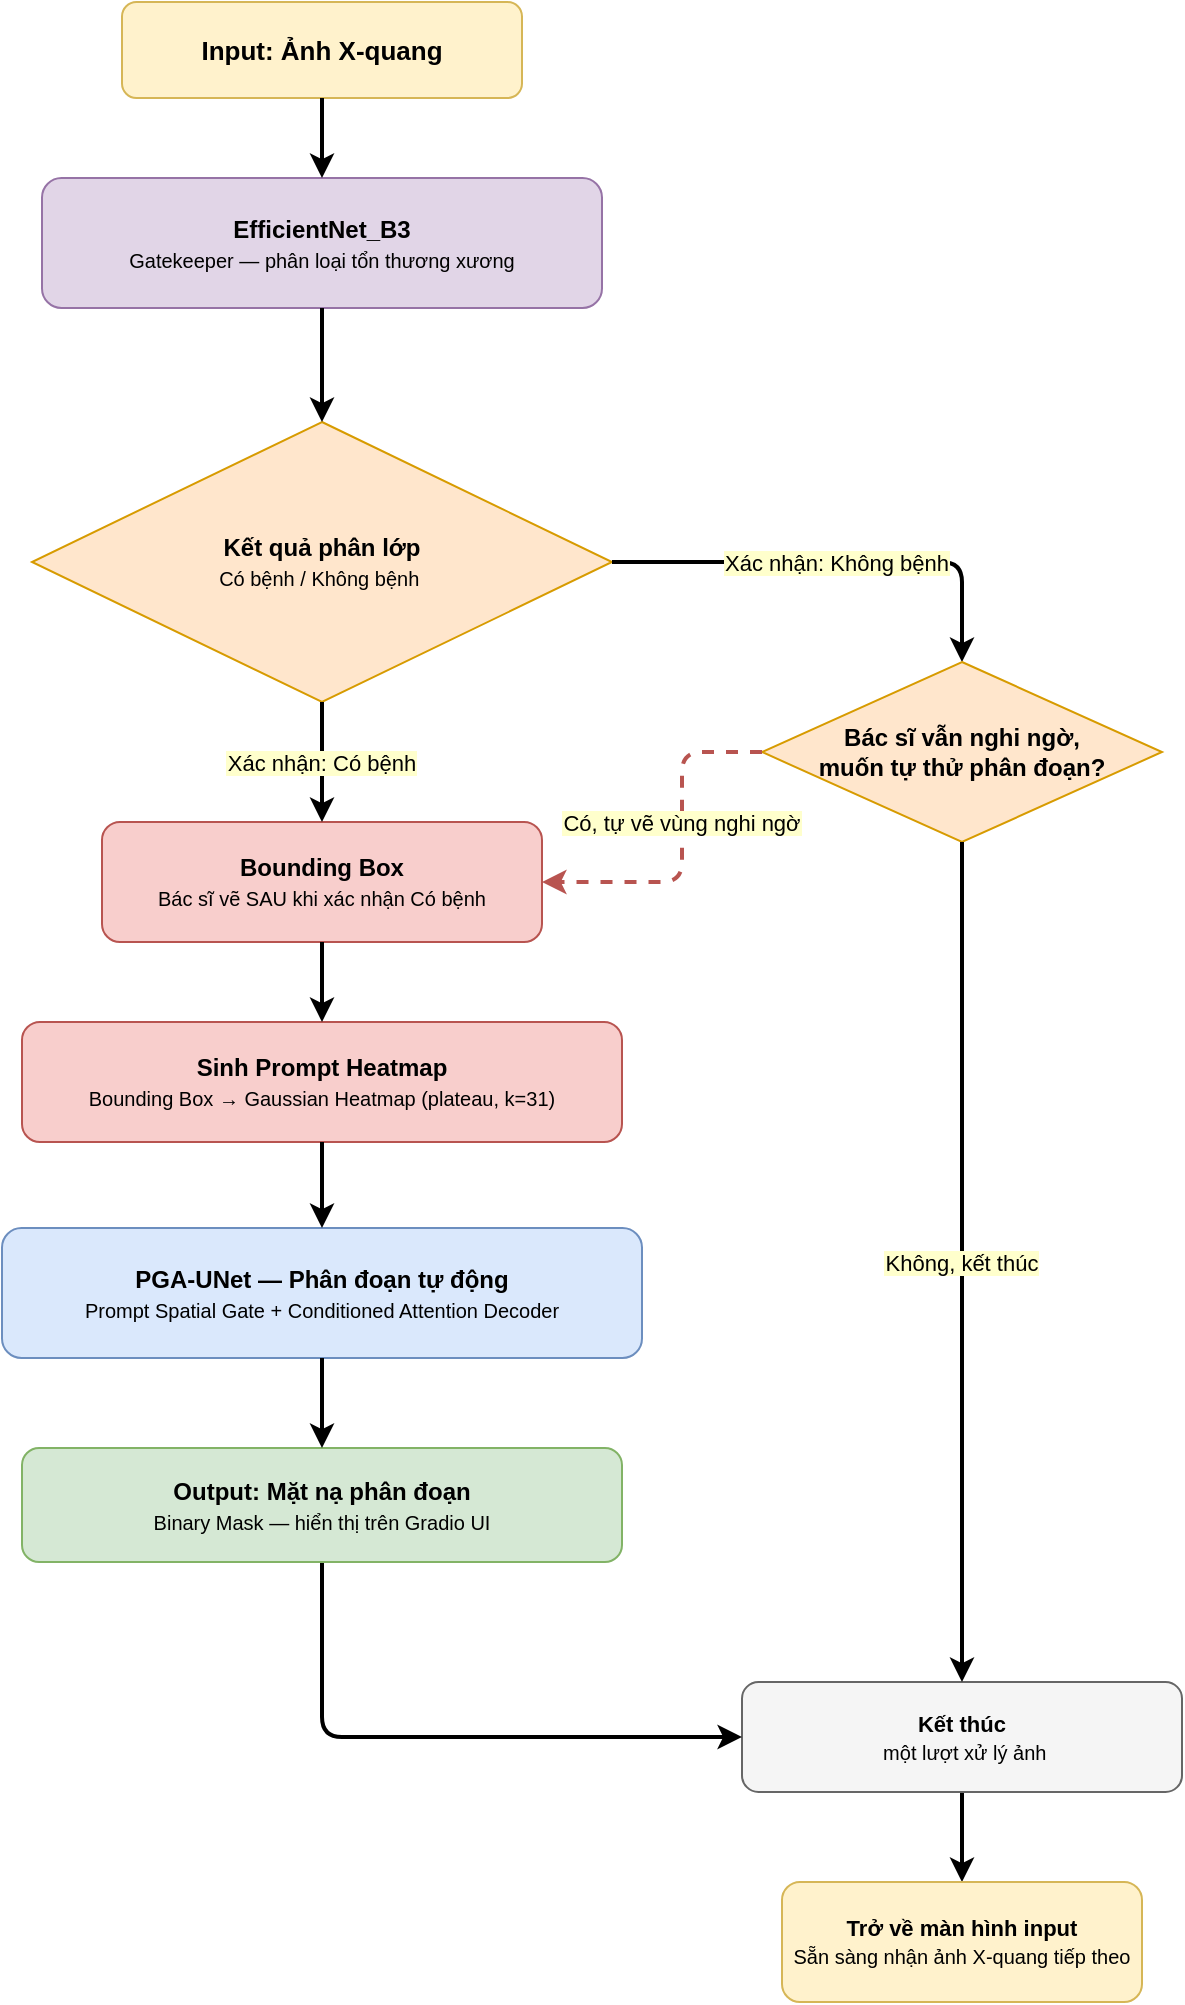
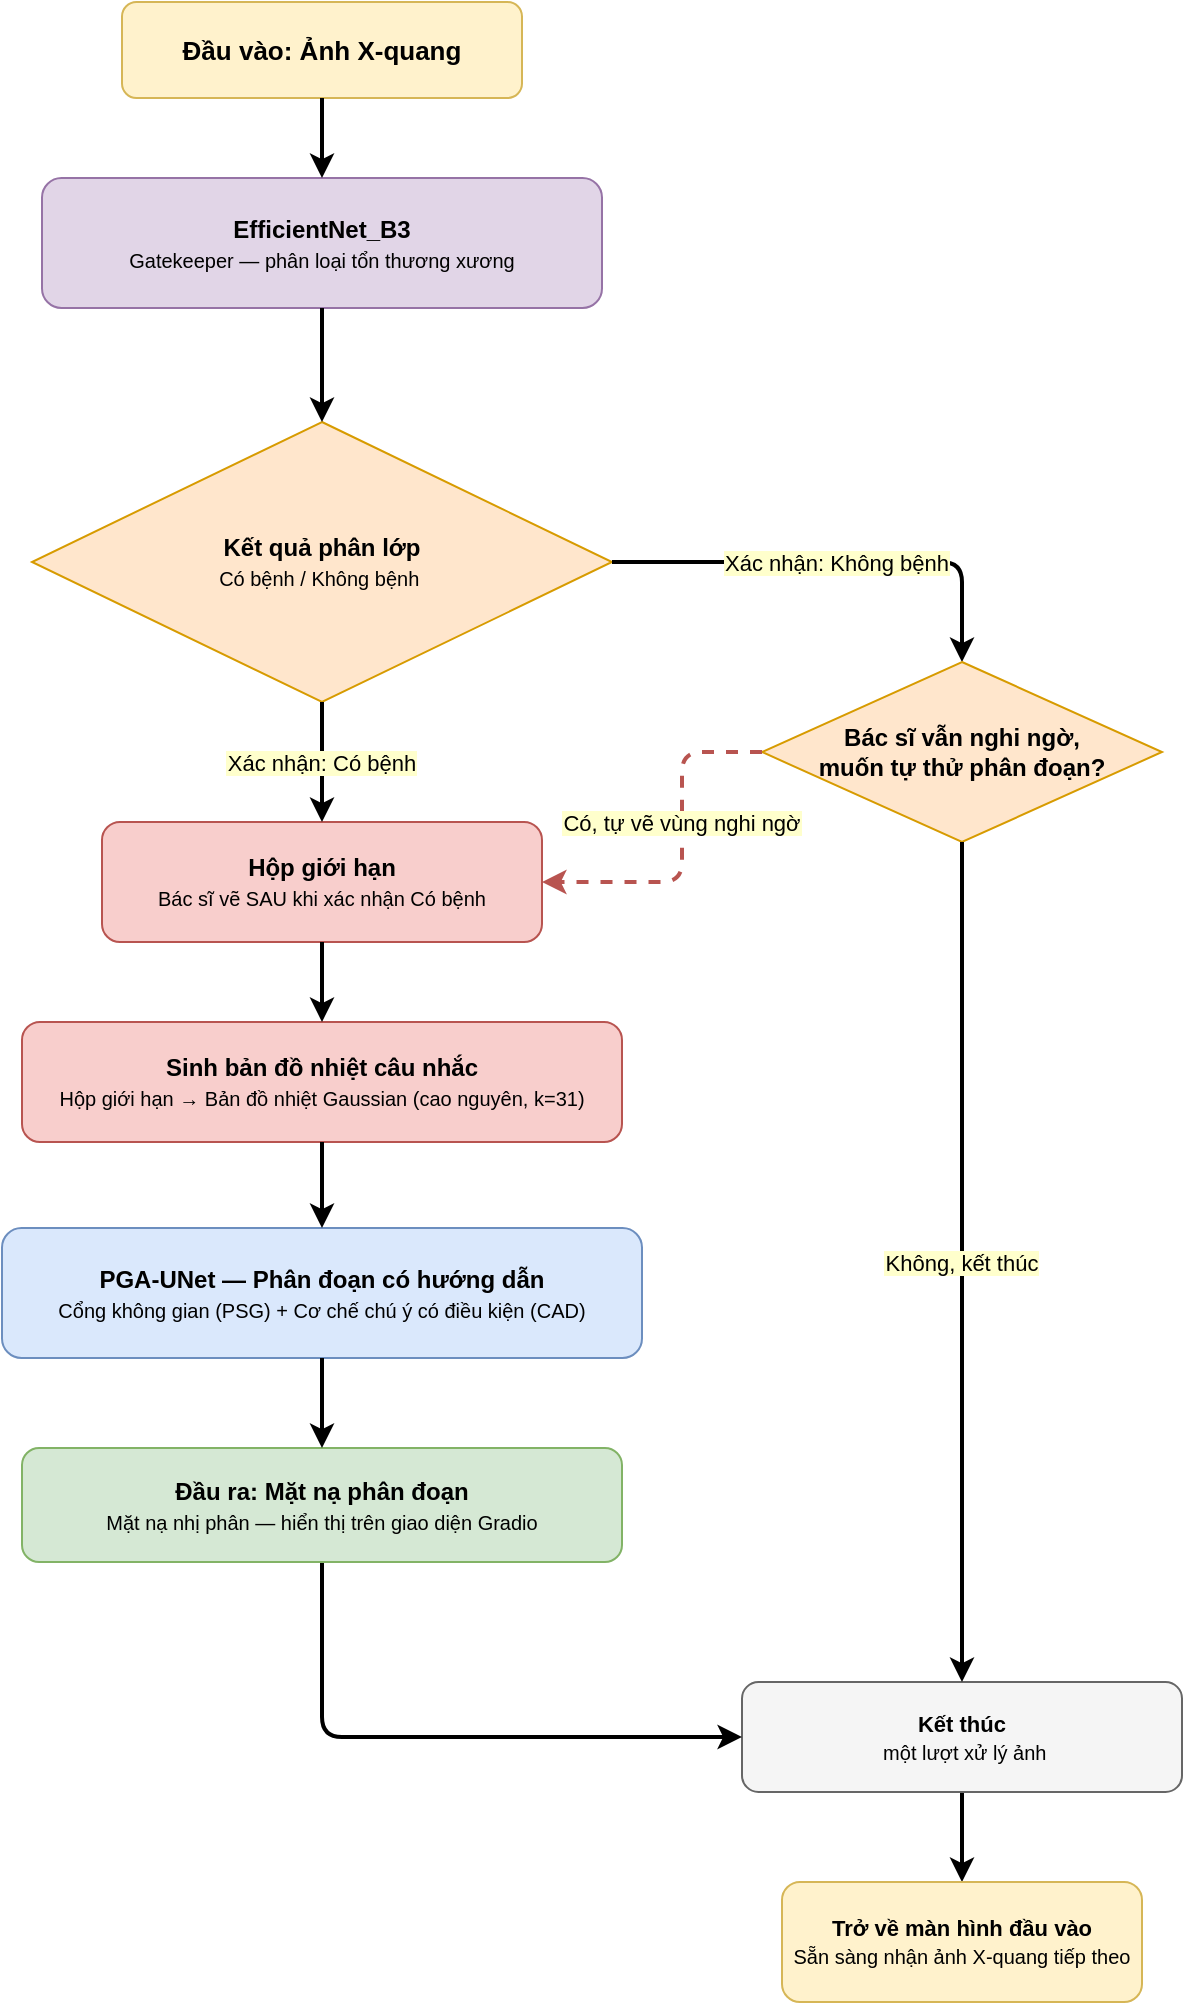
<mxfile host="65bd71144e">
    <diagram name="4. Inference Pipeline" id="inferencepipeline">
        <mxGraphModel dx="1219" dy="288" grid="1" gridSize="10" guides="1" tooltips="1" connect="1" arrows="1" fold="1" page="1" pageScale="1" pageWidth="860" pageHeight="940" math="0" shadow="0">
            <root>
                <mxCell id="0"/>
                <mxCell id="1" parent="0"/>
-                 <mxCell id="xray" value="&lt;b&gt;Input: Ảnh X-quang&lt;/b&gt;" style="rounded=1;whiteSpace=wrap;html=1;fillColor=#fff2cc;strokeColor=#d6b656;fontSize=13;" parent="1" vertex="1">
+                 <mxCell id="xray" value="&lt;b&gt;Đầu vào: Ảnh X-quang&lt;/b&gt;" style="rounded=1;whiteSpace=wrap;html=1;fillColor=#fff2cc;strokeColor=#d6b656;fontSize=13;" parent="1" vertex="1">
                    <mxGeometry x="320" y="20" width="200" height="48" as="geometry"/>
                </mxCell>
                <mxCell id="gate" value="&lt;b&gt;EfficientNet_B3&lt;/b&gt;&lt;br&gt;&lt;font style=&quot;font-size:10px;&quot;&gt;Gatekeeper — phân loại tổn thương xương&lt;/font&gt;" style="rounded=1;whiteSpace=wrap;html=1;fillColor=#e1d5e7;strokeColor=#9673a6;fontSize=12;" parent="1" vertex="1">
                    <mxGeometry x="280" y="108" width="280" height="65" as="geometry"/>
                </mxCell>
                <mxCell id="confirm" value="&lt;b&gt;Kết quả phân lớp&lt;/b&gt;&lt;br&gt;&lt;font style=&quot;font-size:10px;&quot;&gt;Có bệnh / Không bệnh&amp;nbsp;&lt;/font&gt;" style="rhombus;whiteSpace=wrap;html=1;fillColor=#ffe6cc;strokeColor=#d79b00;fontSize=12;" parent="1" vertex="1">
                    <mxGeometry x="275" y="230" width="290" height="140" as="geometry"/>
                </mxCell>
                <mxCell id="15" value="" style="edgeStyle=orthogonalEdgeStyle;strokeWidth=2;exitX=0.5;exitY=1;exitDx=0;exitDy=0;" parent="1" source="stop" target="14" edge="1">
                    <mxGeometry relative="1" as="geometry"/>
                </mxCell>
                <mxCell id="stop" value="&lt;b&gt;Kết thúc&lt;/b&gt;&lt;br&gt;&lt;font style=&quot;font-size:10px;&quot;&gt;&amp;nbsp;một lượt xử lý ảnh&lt;/font&gt;" style="rounded=1;whiteSpace=wrap;html=1;fillColor=#f5f5f5;strokeColor=#666666;fontSize=11;" parent="1" vertex="1">
                    <mxGeometry x="630" y="860" width="220" height="55" as="geometry"/>
                </mxCell>
-                 <mxCell id="prompt0" value="&lt;b&gt;Sinh Prompt Heatmap&lt;/b&gt;&lt;br&gt;&lt;font style=&quot;font-size:10px;&quot;&gt;Bounding Box → Gaussian Heatmap (plateau, k=31)&lt;/font&gt;" style="rounded=1;whiteSpace=wrap;html=1;fillColor=#f8cecc;strokeColor=#b85450;fontSize=12;" parent="1" vertex="1">
+                 <mxCell id="prompt0" value="&lt;b&gt;Sinh bản đồ nhiệt câu nhắc&lt;/b&gt;&lt;br&gt;&lt;font style=&quot;font-size:10px;&quot;&gt;Hộp giới hạn → Bản đồ nhiệt Gaussian (cao nguyên, k=31)&lt;/font&gt;" style="rounded=1;whiteSpace=wrap;html=1;fillColor=#f8cecc;strokeColor=#b85450;fontSize=12;" parent="1" vertex="1">
                    <mxGeometry x="270" y="530" width="300" height="60" as="geometry"/>
                </mxCell>
-                 <mxCell id="bbox_in" value="&lt;b&gt;Bounding Box&lt;/b&gt;&lt;br&gt;&lt;font style=&quot;font-size:10px;&quot;&gt;Bác sĩ vẽ SAU khi xác nhận Có bệnh&lt;/font&gt;" style="rounded=1;whiteSpace=wrap;html=1;fillColor=#f8cecc;strokeColor=#b85450;fontSize=12;" parent="1" vertex="1">
+                 <mxCell id="bbox_in" value="&lt;b&gt;Hộp giới hạn&lt;/b&gt;&lt;br&gt;&lt;font style=&quot;font-size:10px;&quot;&gt;Bác sĩ vẽ SAU khi xác nhận Có bệnh&lt;/font&gt;" style="rounded=1;whiteSpace=wrap;html=1;fillColor=#f8cecc;strokeColor=#b85450;fontSize=12;" parent="1" vertex="1">
                    <mxGeometry x="310" y="430" width="220" height="60" as="geometry"/>
                </mxCell>
-                 <mxCell id="pga" value="&lt;b&gt;PGA-UNet — Phân đoạn tự động&lt;/b&gt;&lt;br&gt;&lt;font style=&quot;font-size:10px;&quot;&gt;Prompt Spatial Gate + Conditioned Attention Decoder&lt;/font&gt;" style="rounded=1;whiteSpace=wrap;html=1;fillColor=#dae8fc;strokeColor=#6c8ebf;fontSize=12;" parent="1" vertex="1">
+                 <mxCell id="pga" value="&lt;b&gt;PGA-UNet — Phân đoạn có hướng dẫn&lt;/b&gt;&lt;br&gt;&lt;font style=&quot;font-size:10px;&quot;&gt;Cổng không gian (PSG) + Cơ chế chú ý có điều kiện (CAD)&lt;/font&gt;" style="rounded=1;whiteSpace=wrap;html=1;fillColor=#dae8fc;strokeColor=#6c8ebf;fontSize=12;" parent="1" vertex="1">
                    <mxGeometry x="260" y="633" width="320" height="65" as="geometry"/>
                </mxCell>
                <mxCell id="13" value="" style="edgeStyle=orthogonalEdgeStyle;strokeWidth=2;entryX=0;entryY=0.5;entryDx=0;entryDy=0;exitX=0.5;exitY=1;exitDx=0;exitDy=0;" parent="1" source="out" target="stop" edge="1">
                    <mxGeometry relative="1" as="geometry"/>
                </mxCell>
-                 <mxCell id="out" value="&lt;b&gt;Output: Mặt nạ phân đoạn&lt;/b&gt;&lt;br&gt;&lt;font style=&quot;font-size:10px;&quot;&gt;Binary Mask — hiển thị trên Gradio UI&lt;/font&gt;" style="rounded=1;whiteSpace=wrap;html=1;fillColor=#d5e8d4;strokeColor=#82b366;fontSize=12;" parent="1" vertex="1">
+                 <mxCell id="out" value="&lt;b&gt;Đầu ra: Mặt nạ phân đoạn&lt;/b&gt;&lt;br&gt;&lt;font style=&quot;font-size:10px;&quot;&gt;Mặt nạ nhị phân — hiển thị trên giao diện Gradio&lt;/font&gt;" style="rounded=1;whiteSpace=wrap;html=1;fillColor=#d5e8d4;strokeColor=#82b366;fontSize=12;" parent="1" vertex="1">
                    <mxGeometry x="270" y="743" width="300" height="57" as="geometry"/>
                </mxCell>
                <mxCell id="a1" value="" style="edgeStyle=orthogonalEdgeStyle;strokeWidth=2;" parent="1" source="xray" target="gate" edge="1">
                    <mxGeometry relative="1" as="geometry"/>
                </mxCell>
                <mxCell id="a2" value="" style="edgeStyle=orthogonalEdgeStyle;strokeWidth=2;entryX=0.5;entryY=0;entryDx=0;entryDy=0;" parent="1" source="gate" target="confirm" edge="1">
                    <mxGeometry relative="1" as="geometry">
                        <mxPoint x="420" y="210" as="targetPoint"/>
                    </mxGeometry>
                </mxCell>
                <mxCell id="a3" value="Xác nhận: Không bệnh" style="edgeStyle=orthogonalEdgeStyle;strokeWidth=2;fontSize=11;entryX=0.5;entryY=0;entryDx=0;entryDy=0;labelBackgroundColor=#ffffcc;" parent="1" source="confirm" target="11" edge="1">
                    <mxGeometry relative="1" as="geometry"/>
                </mxCell>
                <mxCell id="a4" value="Xác nhận: Có bệnh" style="edgeStyle=orthogonalEdgeStyle;strokeWidth=2;fontSize=11;entryX=0.5;entryY=0;entryDx=0;entryDy=0;labelBackgroundColor=#ffffcc;" parent="1" source="confirm" target="bbox_in" edge="1">
                    <mxGeometry relative="1" as="geometry">
                        <mxPoint x="420" y="462" as="targetPoint"/>
                    </mxGeometry>
                </mxCell>
                <mxCell id="a5" value="" style="edgeStyle=orthogonalEdgeStyle;strokeWidth=2;" parent="1" source="prompt0" target="pga" edge="1">
                    <mxGeometry relative="1" as="geometry"/>
                </mxCell>
                <mxCell id="a6" value="" style="edgeStyle=orthogonalEdgeStyle;strokeWidth=2;" parent="1" source="pga" target="out" edge="1">
                    <mxGeometry relative="1" as="geometry"/>
                </mxCell>
                <mxCell id="3" value="" style="edgeStyle=orthogonalEdgeStyle;strokeWidth=2;entryX=0.5;entryY=0;entryDx=0;entryDy=0;exitX=0.5;exitY=1;exitDx=0;exitDy=0;" parent="1" source="bbox_in" target="prompt0" edge="1">
                    <mxGeometry relative="1" as="geometry">
                        <mxPoint x="430" y="600" as="sourcePoint"/>
                        <mxPoint x="430" y="643" as="targetPoint"/>
                        <Array as="points">
                            <mxPoint x="420" y="500"/>
                            <mxPoint x="420" y="500"/>
                        </Array>
                    </mxGeometry>
                </mxCell>
                <mxCell id="11" value="&lt;b&gt;Bác sĩ vẫn nghi ngờ,&lt;br&gt;muốn tự thử phân đoạn?&lt;/b&gt;" style="rhombus;whiteSpace=wrap;html=1;fillColor=#ffe6cc;strokeColor=#d79b00;fontSize=12;" parent="1" vertex="1">
                    <mxGeometry x="640" y="350" width="200" height="90" as="geometry"/>
                </mxCell>
                <mxCell id="a3b" value="Không, kết thúc" style="edgeStyle=orthogonalEdgeStyle;strokeWidth=2;fontSize=11;labelBackgroundColor=#ffffcc;" parent="1" source="11" target="stop" edge="1">
                    <mxGeometry relative="1" as="geometry"/>
                </mxCell>
                <mxCell id="6" value="Có, tự vẽ vùng nghi ngờ" style="edgeStyle=orthogonalEdgeStyle;strokeWidth=2;fontSize=11;dashed=1;strokeColor=#b85450;labelBackgroundColor=#ffffcc;exitX=0;exitY=0.5;exitDx=0;exitDy=0;" parent="1" source="11" target="bbox_in" edge="1">
                    <mxGeometry x="-0.1429" relative="1" as="geometry">
                        <Array as="points">
                            <mxPoint x="600" y="395"/>
                            <mxPoint x="600" y="460"/>
                        </Array>
                        <mxPoint as="offset"/>
                    </mxGeometry>
                </mxCell>
-                 <mxCell id="14" value="&lt;b&gt;Trở về màn hình input&lt;/b&gt;&lt;br&gt;&lt;font style=&quot;font-size:10px;&quot;&gt;Sẵn sàng nhận ảnh X-quang tiếp theo&lt;/font&gt;" style="whiteSpace=wrap;html=1;fontSize=11;fillColor=#fff2cc;strokeColor=#d6b656;rounded=1;" parent="1" vertex="1">
+                 <mxCell id="14" value="&lt;b&gt;Trở về màn hình đầu vào&lt;/b&gt;&lt;br&gt;&lt;font style=&quot;font-size:10px;&quot;&gt;Sẵn sàng nhận ảnh X-quang tiếp theo&lt;/font&gt;" style="whiteSpace=wrap;html=1;fontSize=11;fillColor=#fff2cc;strokeColor=#d6b656;rounded=1;" parent="1" vertex="1">
                    <mxGeometry x="650" y="960" width="180" height="60" as="geometry"/>
                </mxCell>
            </root>
        </mxGraphModel>
    </diagram>
</mxfile>